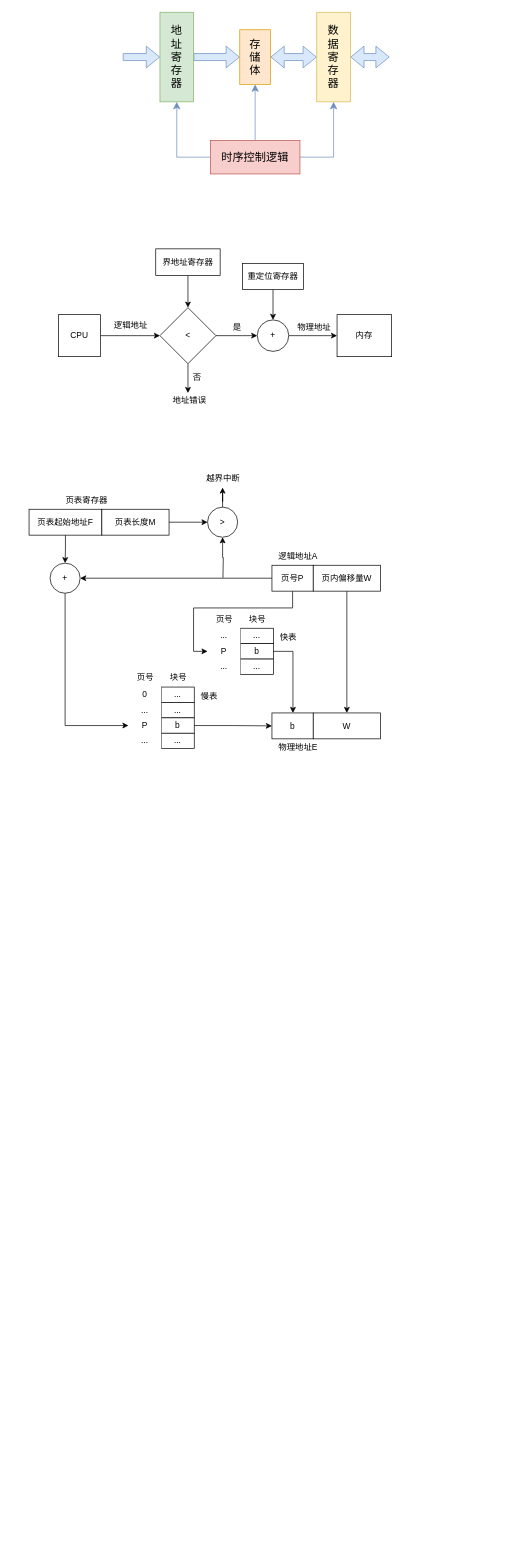
pengbin2367/draw.io keeps this draw.io diagram as Untitled Diagram.drawio. Above is the earlier version. Source tidied: cells renumbered, new cells numbered last; positions are measured from the earlier drawing's top-left corner, leaving out a move shared by most shapes. Both pictures are drawn from the tidied source at 70%, with x=0, y=0 at pixel (29, 12).
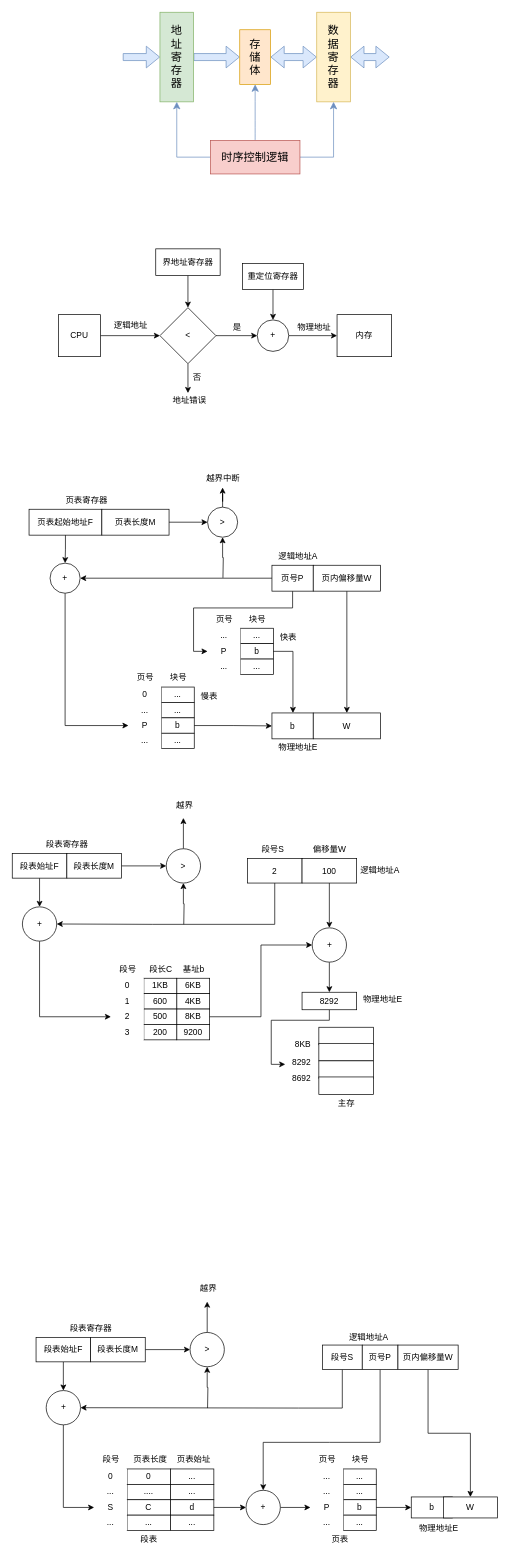
The same page after the edit.

Diff of the diagram source:
```diff
@@
+    <mxCell id="75" style="edgeStyle=orthogonalEdgeStyle;rounded=0;jettySize=auto;html=1;entryX=1;entryY=0.5;entryDx=0;entryDy=0;startArrow=none;startFill=0;endArrow=classic;endFill=1;" parent="1" edge="1" source="76" target="91">
+      <mxGeometry relative="1" as="geometry">
+        <Array as="points">
+          <mxPoint x="351" y="1303" />
+          <mxPoint x="176" y="1303" />
+        </Array>
+      </mxGeometry>
+    </mxCell>
+    <mxCell id="76" value="2" style="whiteSpace=wrap;html=1;fillColor=default;" parent="1" vertex="1">
+      <mxGeometry x="312" y="1209" width="78" height="35" as="geometry" />
+    </mxCell>
+    <mxCell id="77" style="edgeStyle=orthogonalEdgeStyle;rounded=0;jettySize=auto;html=1;entryX=0.5;entryY=0;entryDx=0;entryDy=0;startArrow=none;startFill=0;endArrow=classic;endFill=1;" parent="1" edge="1" source="78" target="110">
+      <mxGeometry relative="1" as="geometry" />
+    </mxCell>
+    <mxCell id="78" value="100" style="whiteSpace=wrap;html=1;fillColor=default;" parent="1" vertex="1">
+      <mxGeometry x="390" y="1209" width="78" height="35" as="geometry" />
+    </mxCell>
+    <mxCell id="79" value="段号S" style="text;html=1;align=center;verticalAlign=middle;strokeColor=none;fillColor=none;" parent="1" vertex="1">
+      <mxGeometry x="323" y="1183" width="50" height="26" as="geometry" />
+    </mxCell>
+    <mxCell id="80" value="偏移量W" style="text;html=1;align=center;verticalAlign=middle;strokeColor=none;fillColor=none;" parent="1" vertex="1">
+      <mxGeometry x="396.5" y="1183" width="65" height="26" as="geometry" />
+    </mxCell>
+    <mxCell id="81" value="逻辑地址A" style="text;html=1;align=center;verticalAlign=middle;strokeColor=none;fillColor=none;" parent="1" vertex="1">
+      <mxGeometry x="464" y="1213" width="74" height="26" as="geometry" />
+    </mxCell>
+    <mxCell id="82" style="edgeStyle=orthogonalEdgeStyle;rounded=0;jettySize=auto;html=1;entryX=0.476;entryY=1.192;entryDx=0;entryDy=0;entryPerimeter=0;startArrow=none;startFill=0;endArrow=classic;endFill=1;" parent="1" edge="1" source="84" target="85">
+      <mxGeometry relative="1" as="geometry" />
+    </mxCell>
+    <mxCell id="83" style="edgeStyle=orthogonalEdgeStyle;rounded=0;jettySize=auto;html=1;startArrow=classic;startFill=1;endArrow=none;endFill=0;" parent="1" edge="1" source="84">
+      <mxGeometry relative="1" as="geometry">
+        <mxPoint x="221" y="1303" as="targetPoint" />
+      </mxGeometry>
+    </mxCell>
+    <mxCell id="84" value="&amp;gt;" style="ellipse;whiteSpace=wrap;html=1;fillColor=default;" parent="1" vertex="1">
+      <mxGeometry x="196" y="1195" width="49" height="49" as="geometry" />
+    </mxCell>
+    <mxCell id="85" value="越界" style="text;html=1;align=center;verticalAlign=middle;points=[];strokeColor=none;fillColor=none;" parent="1" vertex="1">
+      <mxGeometry x="200.5" y="1120" width="42" height="26" as="geometry" />
+    </mxCell>
+    <mxCell id="86" style="edgeStyle=orthogonalEdgeStyle;rounded=0;jettySize=auto;html=1;entryX=0.5;entryY=0;entryDx=0;entryDy=0;entryPerimeter=0;startArrow=none;startFill=0;endArrow=classic;endFill=1;" parent="1" edge="1" source="87" target="91">
+      <mxGeometry relative="1" as="geometry" />
+    </mxCell>
+    <mxCell id="87" value="段表始址F" style="whiteSpace=wrap;html=1;fillColor=default;" parent="1" vertex="1">
+      <mxGeometry x="-24" y="1202" width="78" height="35" as="geometry" />
+    </mxCell>
+    <mxCell id="88" style="edgeStyle=orthogonalEdgeStyle;rounded=0;jettySize=auto;html=1;entryX=0;entryY=0.5;entryDx=0;entryDy=0;startArrow=none;startFill=0;endArrow=classic;endFill=1;" parent="1" edge="1" source="89" target="84">
+      <mxGeometry relative="1" as="geometry" />
+    </mxCell>
+    <mxCell id="89" value="段表长度M" style="whiteSpace=wrap;html=1;fillColor=default;" parent="1" vertex="1">
+      <mxGeometry x="54" y="1202" width="78" height="35" as="geometry" />
+    </mxCell>
+    <mxCell id="90" style="edgeStyle=orthogonalEdgeStyle;rounded=0;jettySize=auto;html=1;entryX=0;entryY=0.5;entryDx=0;entryDy=0;startArrow=none;startFill=0;endArrow=classic;endFill=1;" parent="1" edge="1" source="91" target="106">
+      <mxGeometry relative="1" as="geometry">
+        <Array as="points">
+          <mxPoint x="15" y="1435" />
+        </Array>
+      </mxGeometry>
+    </mxCell>
+    <mxCell id="91" value="+" style="ellipse;whiteSpace=wrap;html=1;fillColor=default;" parent="1" vertex="1">
+      <mxGeometry x="-9.5" y="1278" width="49" height="49" as="geometry" />
+    </mxCell>
+    <mxCell id="92" value="段表寄存器" style="text;html=1;align=center;verticalAlign=middle;strokeColor=none;fillColor=none;" parent="1" vertex="1">
+      <mxGeometry x="15" y="1176" width="78" height="26" as="geometry" />
+    </mxCell>
+    <mxCell id="93" style="group;" parent="1" vertex="1">
+      <mxGeometry x="117" y="1354" width="142.5" height="114" as="geometry" />
+    </mxCell>
+    <mxCell id="94" value="6KB" style="whiteSpace=wrap;html=1;" parent="93" vertex="1">
+      <mxGeometry x="94" y="26" width="47" height="22" as="geometry" />
+    </mxCell>
+    <mxCell id="95" value="4KB" style="whiteSpace=wrap;html=1;" parent="93" vertex="1">
+      <mxGeometry x="94" y="48" width="47" height="22" as="geometry" />
+    </mxCell>
+    <mxCell id="96" value="8KB" style="whiteSpace=wrap;html=1;" parent="93" vertex="1">
+      <mxGeometry x="94" y="70" width="47" height="22" as="geometry" />
+    </mxCell>
+    <mxCell id="97" value="9200" style="whiteSpace=wrap;html=1;" parent="93" vertex="1">
+      <mxGeometry x="94" y="92" width="47" height="22" as="geometry" />
+    </mxCell>
+    <mxCell id="98" value="1KB" style="whiteSpace=wrap;html=1;fillColor=default;strokeColor=default;" parent="93" vertex="1">
+      <mxGeometry x="47" y="26" width="47" height="22" as="geometry" />
+    </mxCell>
+    <mxCell id="99" value="600" style="whiteSpace=wrap;html=1;fillColor=default;strokeColor=default;" parent="93" vertex="1">
+      <mxGeometry x="47" y="48" width="47" height="22" as="geometry" />
+    </mxCell>
+    <mxCell id="100" value="500" style="whiteSpace=wrap;html=1;fillColor=default;strokeColor=default;" parent="93" vertex="1">
+      <mxGeometry x="47" y="70" width="47" height="22" as="geometry" />
+    </mxCell>
+    <mxCell id="101" value="200" style="whiteSpace=wrap;html=1;fillColor=default;strokeColor=default;" parent="93" vertex="1">
+      <mxGeometry x="47" y="92" width="47" height="22" as="geometry" />
+    </mxCell>
+    <mxCell id="102" value="段长C" style="text;html=1;align=center;verticalAlign=middle;strokeColor=none;fillColor=none;" parent="93" vertex="1">
+      <mxGeometry x="45.5" width="51" height="26" as="geometry" />
+    </mxCell>
+    <mxCell id="103" value="基址b" style="text;html=1;align=center;verticalAlign=middle;strokeColor=none;fillColor=none;" parent="93" vertex="1">
+      <mxGeometry x="93.5" width="49" height="26" as="geometry" />
+    </mxCell>
+    <mxCell id="104" value="0" style="whiteSpace=wrap;html=1;fillColor=default;strokeColor=none;" parent="93" vertex="1">
+      <mxGeometry y="26" width="47" height="22" as="geometry" />
+    </mxCell>
+    <mxCell id="105" value="1" style="whiteSpace=wrap;html=1;fillColor=default;strokeColor=none;" parent="93" vertex="1">
+      <mxGeometry y="48" width="47" height="22" as="geometry" />
+    </mxCell>
+    <mxCell id="106" value="2" style="whiteSpace=wrap;html=1;fillColor=default;strokeColor=none;" parent="93" vertex="1">
+      <mxGeometry y="70" width="47" height="22" as="geometry" />
+    </mxCell>
+    <mxCell id="107" value="3" style="whiteSpace=wrap;html=1;fillColor=default;strokeColor=none;" parent="93" vertex="1">
+      <mxGeometry y="92" width="47" height="22" as="geometry" />
+    </mxCell>
+    <mxCell id="108" value="段号" style="text;html=1;align=center;verticalAlign=middle;strokeColor=none;fillColor=none;" parent="93" vertex="1">
+      <mxGeometry x="2.5" width="42" height="26" as="geometry" />
+    </mxCell>
+    <mxCell id="109" style="edgeStyle=orthogonalEdgeStyle;rounded=0;jettySize=auto;html=1;startArrow=none;startFill=0;endArrow=classic;endFill=1;" parent="1" edge="1" source="110" target="113">
+      <mxGeometry relative="1" as="geometry" />
+    </mxCell>
+    <mxCell id="110" value="+" style="ellipse;whiteSpace=wrap;html=1;fillColor=default;" parent="1" vertex="1">
+      <mxGeometry x="404.5" y="1308" width="49" height="49" as="geometry" />
+    </mxCell>
+    <mxCell id="111" style="edgeStyle=orthogonalEdgeStyle;rounded=0;jettySize=auto;html=1;entryX=0;entryY=0.5;entryDx=0;entryDy=0;startArrow=none;startFill=0;endArrow=classic;endFill=1;" parent="1" edge="1" source="96" target="110">
+      <mxGeometry relative="1" as="geometry" />
+    </mxCell>
+    <mxCell id="112" style="edgeStyle=orthogonalEdgeStyle;rounded=0;jettySize=auto;html=1;entryX=0;entryY=0.577;entryDx=0;entryDy=0;entryPerimeter=0;startArrow=none;startFill=0;endArrow=classic;endFill=1;" parent="1" edge="1" source="113" target="120">
+      <mxGeometry relative="1" as="geometry">
+        <Array as="points">
+          <mxPoint x="429" y="1440" />
+          <mxPoint x="346" y="1440" />
+          <mxPoint x="346" y="1503" />
+        </Array>
+      </mxGeometry>
+    </mxCell>
+    <mxCell id="113" value="8292" style="whiteSpace=wrap;html=1;fillColor=default;" parent="1" vertex="1">
+      <mxGeometry x="390" y="1400" width="78" height="25" as="geometry" />
+    </mxCell>
+    <mxCell id="114" value="物理地址E" style="text;html=1;align=center;verticalAlign=middle;strokeColor=none;fillColor=none;" parent="1" vertex="1">
+      <mxGeometry x="468" y="1398" width="74" height="26" as="geometry" />
+    </mxCell>
+    <mxCell id="115" style="whiteSpace=wrap;html=1;fillColor=default;" parent="1" vertex="1">
+      <mxGeometry x="414" y="1450" width="78" height="25" as="geometry" />
+    </mxCell>
+    <mxCell id="116" style="whiteSpace=wrap;html=1;fillColor=default;" parent="1" vertex="1">
+      <mxGeometry x="414" y="1473" width="78" height="25" as="geometry" />
+    </mxCell>
+    <mxCell id="117" style="whiteSpace=wrap;html=1;fillColor=default;" parent="1" vertex="1">
+      <mxGeometry x="414" y="1498" width="78" height="25" as="geometry" />
+    </mxCell>
+    <mxCell id="118" style="whiteSpace=wrap;html=1;fillColor=default;" parent="1" vertex="1">
+      <mxGeometry x="414" y="1521" width="78" height="25" as="geometry" />
+    </mxCell>
+    <mxCell id="119" value="8KB" style="text;html=1;align=center;verticalAlign=middle;strokeColor=none;fillColor=none;" parent="1" vertex="1">
+      <mxGeometry x="370" y="1462" width="41" height="26" as="geometry" />
+    </mxCell>
+    <mxCell id="120" value="8292" style="text;html=1;align=center;verticalAlign=middle;points=[];strokeColor=none;fillColor=none;" parent="1" vertex="1">
+      <mxGeometry x="366" y="1488" width="45" height="26" as="geometry" />
+    </mxCell>
+    <mxCell id="121" value="8692" style="text;html=1;align=center;verticalAlign=middle;strokeColor=none;fillColor=none;" parent="1" vertex="1">
+      <mxGeometry x="366" y="1510" width="45" height="26" as="geometry" />
+    </mxCell>
+    <mxCell id="122" value="主存" style="text;html=1;align=center;verticalAlign=middle;strokeColor=none;fillColor=none;" parent="1" vertex="1">
+      <mxGeometry x="432" y="1546" width="42" height="26" as="geometry" />
+    </mxCell>
+    <mxCell id="123" style="edgeStyle=orthogonalEdgeStyle;rounded=0;jettySize=auto;html=1;entryX=1;entryY=0.5;entryDx=0;entryDy=0;startArrow=none;startFill=0;endArrow=classic;endFill=1;" parent="1" edge="1" source="124" target="137">
+      <mxGeometry relative="1" as="geometry">
+        <Array as="points">
+          <mxPoint x="385" y="1994" />
+          <mxPoint x="210" y="1994" />
+        </Array>
+      </mxGeometry>
+    </mxCell>
+    <mxCell id="124" value="段号S" style="whiteSpace=wrap;html=1;fillColor=default;" parent="1" vertex="1">
+      <mxGeometry x="419" y="1904" width="57" height="35" as="geometry" />
+    </mxCell>
+    <mxCell id="125" style="edgeStyle=orthogonalEdgeStyle;rounded=0;jettySize=auto;html=1;entryX=0.5;entryY=0;entryDx=0;entryDy=0;startArrow=none;startFill=0;endArrow=classic;endFill=1;" parent="1" edge="1" source="126" target="142">
+      <mxGeometry relative="1" as="geometry">
+        <Array as="points">
+          <mxPoint x="429" y="2043" />
+          <mxPoint x="337" y="2043" />
+        </Array>
+      </mxGeometry>
+    </mxCell>
+    <mxCell id="126" value="页号P" style="whiteSpace=wrap;html=1;fillColor=default;" parent="1" vertex="1">
+      <mxGeometry x="476" y="1904" width="51" height="35" as="geometry" />
+    </mxCell>
+    <mxCell id="127" value="逻辑地址A" style="text;html=1;align=center;verticalAlign=middle;strokeColor=none;fillColor=none;" parent="1" vertex="1">
+      <mxGeometry x="448" y="1880" width="74" height="26" as="geometry" />
+    </mxCell>
+    <mxCell id="128" style="edgeStyle=orthogonalEdgeStyle;rounded=0;jettySize=auto;html=1;entryX=0.476;entryY=1.192;entryDx=0;entryDy=0;entryPerimeter=0;startArrow=none;startFill=0;endArrow=classic;endFill=1;" parent="1" edge="1" source="130" target="131">
+      <mxGeometry relative="1" as="geometry" />
+    </mxCell>
+    <mxCell id="129" style="edgeStyle=orthogonalEdgeStyle;rounded=0;jettySize=auto;html=1;startArrow=classic;startFill=1;endArrow=none;endFill=0;" parent="1" edge="1" source="130">
+      <mxGeometry relative="1" as="geometry">
+        <mxPoint x="255" y="1994" as="targetPoint" />
+      </mxGeometry>
+    </mxCell>
+    <mxCell id="130" value="&amp;gt;" style="ellipse;whiteSpace=wrap;html=1;fillColor=default;" parent="1" vertex="1">
+      <mxGeometry x="230" y="1886" width="49" height="49" as="geometry" />
+    </mxCell>
+    <mxCell id="131" value="越界" style="text;html=1;align=center;verticalAlign=middle;points=[];strokeColor=none;fillColor=none;" parent="1" vertex="1">
+      <mxGeometry x="234.5" y="1811" width="42" height="26" as="geometry" />
+    </mxCell>
+    <mxCell id="132" style="edgeStyle=orthogonalEdgeStyle;rounded=0;jettySize=auto;html=1;entryX=0.5;entryY=0;entryDx=0;entryDy=0;entryPerimeter=0;startArrow=none;startFill=0;endArrow=classic;endFill=1;" parent="1" edge="1" source="133" target="137">
+      <mxGeometry relative="1" as="geometry" />
+    </mxCell>
+    <mxCell id="133" value="段表始址F" style="whiteSpace=wrap;html=1;fillColor=default;" parent="1" vertex="1">
+      <mxGeometry x="10" y="1893" width="78" height="35" as="geometry" />
+    </mxCell>
+    <mxCell id="134" style="edgeStyle=orthogonalEdgeStyle;rounded=0;jettySize=auto;html=1;entryX=0;entryY=0.5;entryDx=0;entryDy=0;startArrow=none;startFill=0;endArrow=classic;endFill=1;" parent="1" edge="1" source="135" target="130">
+      <mxGeometry relative="1" as="geometry" />
+    </mxCell>
+    <mxCell id="135" value="段表长度M" style="whiteSpace=wrap;html=1;fillColor=default;" parent="1" vertex="1">
+      <mxGeometry x="88" y="1893" width="78" height="35" as="geometry" />
+    </mxCell>
+    <mxCell id="136" style="edgeStyle=orthogonalEdgeStyle;rounded=0;jettySize=auto;html=1;entryX=0;entryY=0.5;entryDx=0;entryDy=0;startArrow=none;startFill=0;endArrow=classic;endFill=1;" parent="1" edge="1" source="137" target="152">
+      <mxGeometry relative="1" as="geometry">
+        <Array as="points">
+          <mxPoint x="49" y="2136" />
+        </Array>
+      </mxGeometry>
+    </mxCell>
+    <mxCell id="137" value="+" style="ellipse;whiteSpace=wrap;html=1;fillColor=default;" parent="1" vertex="1">
+      <mxGeometry x="24.5" y="1969" width="49" height="49" as="geometry" />
+    </mxCell>
+    <mxCell id="138" value="段表寄存器" style="text;html=1;align=center;verticalAlign=middle;strokeColor=none;fillColor=none;" parent="1" vertex="1">
+      <mxGeometry x="49" y="1867" width="78" height="26" as="geometry" />
+    </mxCell>
+    <mxCell id="139" style="edgeStyle=orthogonalEdgeStyle;rounded=0;jettySize=auto;html=1;entryX=0.5;entryY=0;entryDx=0;entryDy=0;startArrow=none;startFill=0;endArrow=classic;endFill=1;" parent="1" edge="1" source="140" target="174">
+      <mxGeometry relative="1" as="geometry" />
+    </mxCell>
+    <mxCell id="140" value="页内偏移量W" style="whiteSpace=wrap;html=1;fillColor=default;" parent="1" vertex="1">
+      <mxGeometry x="527" y="1904" width="86" height="35" as="geometry" />
+    </mxCell>
+    <mxCell id="141" style="edgeStyle=orthogonalEdgeStyle;rounded=0;jettySize=auto;html=1;entryX=0;entryY=0.5;entryDx=0;entryDy=0;startArrow=none;startFill=0;endArrow=classic;endFill=1;" parent="1" edge="1" source="142" target="168">
+      <mxGeometry relative="1" as="geometry" />
+    </mxCell>
+    <mxCell id="142" value="+" style="ellipse;whiteSpace=wrap;html=1;fillColor=default;" parent="1" vertex="1">
+      <mxGeometry x="310" y="2111.5" width="49" height="49" as="geometry" />
+    </mxCell>
+    <mxCell id="143" style="group;" parent="1" vertex="1">
+      <mxGeometry x="93" y="2055" width="175" height="114" as="geometry" />
+    </mxCell>
+    <mxCell id="144" value="0" style="whiteSpace=wrap;html=1;fillColor=default;strokeColor=default;" parent="143" vertex="1">
+      <mxGeometry x="47" y="26" width="62" height="22" as="geometry" />
+    </mxCell>
+    <mxCell id="145" value="...." style="whiteSpace=wrap;html=1;fillColor=default;strokeColor=default;" parent="143" vertex="1">
+      <mxGeometry x="47" y="48" width="62" height="22" as="geometry" />
+    </mxCell>
+    <mxCell id="146" value="C" style="whiteSpace=wrap;html=1;fillColor=default;strokeColor=default;" parent="143" vertex="1">
+      <mxGeometry x="47" y="70" width="62" height="22" as="geometry" />
+    </mxCell>
+    <mxCell id="147" value="..." style="whiteSpace=wrap;html=1;fillColor=default;strokeColor=default;" parent="143" vertex="1">
+      <mxGeometry x="47" y="92" width="62" height="22" as="geometry" />
+    </mxCell>
+    <mxCell id="148" value="页表长度" style="text;html=1;align=center;verticalAlign=middle;strokeColor=none;fillColor=none;" parent="143" vertex="1">
+      <mxGeometry x="47" width="66" height="26" as="geometry" />
+    </mxCell>
+    <mxCell id="149" value="页表始址" style="text;html=1;align=center;verticalAlign=middle;strokeColor=none;fillColor=none;" parent="143" vertex="1">
+      <mxGeometry x="109" width="66" height="26" as="geometry" />
+    </mxCell>
+    <mxCell id="150" value="0" style="whiteSpace=wrap;html=1;fillColor=default;strokeColor=none;" parent="143" vertex="1">
+      <mxGeometry y="26" width="47" height="22" as="geometry" />
+    </mxCell>
+    <mxCell id="151" value="..." style="whiteSpace=wrap;html=1;fillColor=default;strokeColor=none;" parent="143" vertex="1">
+      <mxGeometry y="48" width="47" height="22" as="geometry" />
+    </mxCell>
+    <mxCell id="152" value="S" style="whiteSpace=wrap;html=1;fillColor=default;strokeColor=none;" parent="143" vertex="1">
+      <mxGeometry y="70" width="47" height="22" as="geometry" />
+    </mxCell>
+    <mxCell id="153" value="..." style="whiteSpace=wrap;html=1;fillColor=default;strokeColor=none;" parent="143" vertex="1">
+      <mxGeometry y="92" width="47" height="22" as="geometry" />
+    </mxCell>
+    <mxCell id="154" value="段号" style="text;html=1;align=center;verticalAlign=middle;strokeColor=none;fillColor=none;" parent="143" vertex="1">
+      <mxGeometry x="2.5" width="42" height="26" as="geometry" />
+    </mxCell>
+    <mxCell id="155" value="..." style="whiteSpace=wrap;html=1;fillColor=default;strokeColor=default;" parent="143" vertex="1">
+      <mxGeometry x="109" y="26" width="62" height="22" as="geometry" />
+    </mxCell>
+    <mxCell id="156" value="..." style="whiteSpace=wrap;html=1;fillColor=default;strokeColor=default;" parent="143" vertex="1">
+      <mxGeometry x="109" y="48" width="62" height="22" as="geometry" />
+    </mxCell>
+    <mxCell id="157" value="d" style="whiteSpace=wrap;html=1;fillColor=default;strokeColor=default;" parent="143" vertex="1">
+      <mxGeometry x="109" y="70" width="62" height="22" as="geometry" />
+    </mxCell>
+    <mxCell id="158" value="..." style="whiteSpace=wrap;html=1;fillColor=default;strokeColor=default;" parent="143" vertex="1">
+      <mxGeometry x="109" y="92" width="62" height="22" as="geometry" />
+    </mxCell>
+    <mxCell id="159" value="段表" style="text;html=1;align=center;verticalAlign=middle;strokeColor=none;fillColor=none;" parent="1" vertex="1">
+      <mxGeometry x="150" y="2169" width="42" height="26" as="geometry" />
+    </mxCell>
+    <mxCell id="160" style="edgeStyle=orthogonalEdgeStyle;rounded=0;jettySize=auto;html=1;entryX=0;entryY=0.5;entryDx=0;entryDy=0;startArrow=none;startFill=0;endArrow=classic;endFill=1;" parent="1" edge="1" source="157" target="142">
+      <mxGeometry relative="1" as="geometry" />
+    </mxCell>
+    <mxCell id="161" style="group;" parent="1" vertex="1">
+      <mxGeometry x="402" y="2055" width="94" height="140" as="geometry" />
+    </mxCell>
+    <mxCell id="162" value="..." style="whiteSpace=wrap;html=1;" parent="161" vertex="1">
+      <mxGeometry x="47" y="26" width="47" height="22" as="geometry" />
+    </mxCell>
+    <mxCell id="163" value="..." style="whiteSpace=wrap;html=1;" parent="161" vertex="1">
+      <mxGeometry x="47" y="48" width="47" height="22" as="geometry" />
+    </mxCell>
+    <mxCell id="164" value="b&lt;br&gt;" style="whiteSpace=wrap;html=1;" parent="161" vertex="1">
+      <mxGeometry x="47" y="70" width="47" height="22" as="geometry" />
+    </mxCell>
+    <mxCell id="165" value="..." style="whiteSpace=wrap;html=1;" parent="161" vertex="1">
+      <mxGeometry x="47" y="92" width="47" height="22" as="geometry" />
+    </mxCell>
+    <mxCell id="166" value="..." style="whiteSpace=wrap;html=1;fillColor=default;strokeColor=none;" parent="161" vertex="1">
+      <mxGeometry y="26" width="47" height="22" as="geometry" />
+    </mxCell>
+    <mxCell id="167" value="..." style="whiteSpace=wrap;html=1;fillColor=default;strokeColor=none;" parent="161" vertex="1">
+      <mxGeometry y="48" width="47" height="22" as="geometry" />
+    </mxCell>
+    <mxCell id="168" value="P&lt;br&gt;" style="whiteSpace=wrap;html=1;fillColor=default;strokeColor=none;" parent="161" vertex="1">
+      <mxGeometry y="70" width="47" height="22" as="geometry" />
+    </mxCell>
+    <mxCell id="169" value="..." style="whiteSpace=wrap;html=1;fillColor=default;strokeColor=none;" parent="161" vertex="1">
+      <mxGeometry y="92" width="47" height="22" as="geometry" />
+    </mxCell>
+    <mxCell id="170" value="页号" style="text;html=1;align=center;verticalAlign=middle;strokeColor=none;fillColor=none;" parent="161" vertex="1">
+      <mxGeometry x="2.5" width="42" height="26" as="geometry" />
+    </mxCell>
+    <mxCell id="171" value="块号" style="text;html=1;align=center;verticalAlign=middle;strokeColor=none;fillColor=none;" parent="161" vertex="1">
+      <mxGeometry x="49.5" width="42" height="26" as="geometry" />
+    </mxCell>
+    <mxCell id="172" value="页表" style="text;html=1;align=center;verticalAlign=middle;strokeColor=none;fillColor=none;" parent="161" vertex="1">
+      <mxGeometry x="20.5" y="114" width="42" height="26" as="geometry" />
+    </mxCell>
+    <mxCell id="173" value="b" style="rounded=0;whiteSpace=wrap;html=1;" parent="1" vertex="1">
+      <mxGeometry x="546" y="2121" width="59" height="30" as="geometry" />
+    </mxCell>
+    <mxCell id="174" value="W" style="rounded=0;whiteSpace=wrap;html=1;" parent="1" vertex="1">
+      <mxGeometry x="592" y="2121" width="77" height="30" as="geometry" />
+    </mxCell>
+    <mxCell id="175" value="物理地址E" style="text;html=1;align=center;verticalAlign=middle;strokeColor=none;fillColor=none;" parent="1" vertex="1">
+      <mxGeometry x="548" y="2153" width="74" height="26" as="geometry" />
+    </mxCell>
+    <mxCell id="176" style="edgeStyle=orthogonalEdgeStyle;rounded=0;jettySize=auto;html=1;entryX=0;entryY=0.5;entryDx=0;entryDy=0;startArrow=none;startFill=0;endArrow=classic;endFill=1;" parent="1" edge="1" source="164" target="173">
+      <mxGeometry relative="1" as="geometry" />
+    </mxCell>
```
